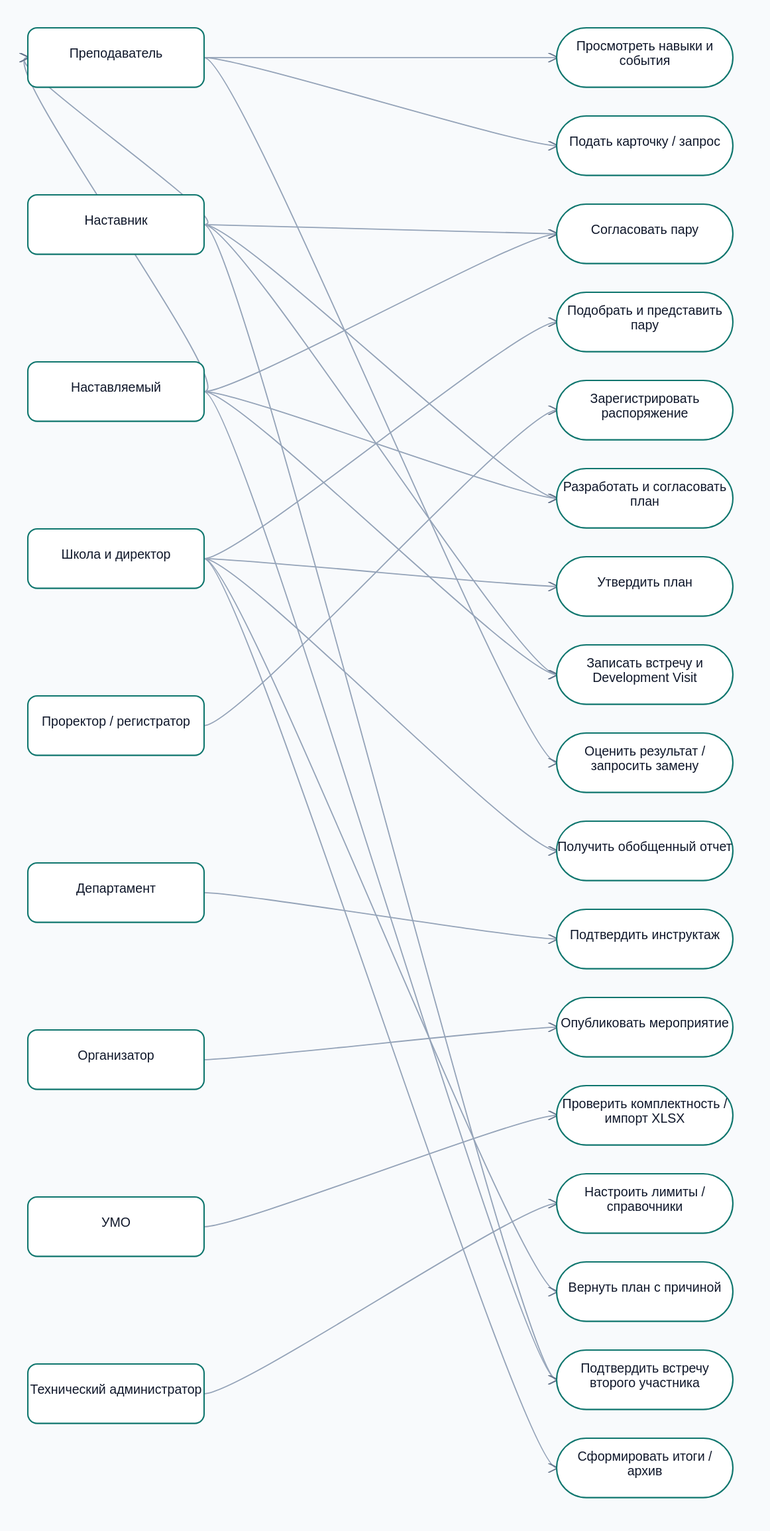
Earlier version of the PlantUML export docs/diagrams/exports/use-cases.svg (krna-tul/Diploma_Project_TulegenovaKM). Its source is kept beside it as docs/diagrams/source/use-cases.puml.
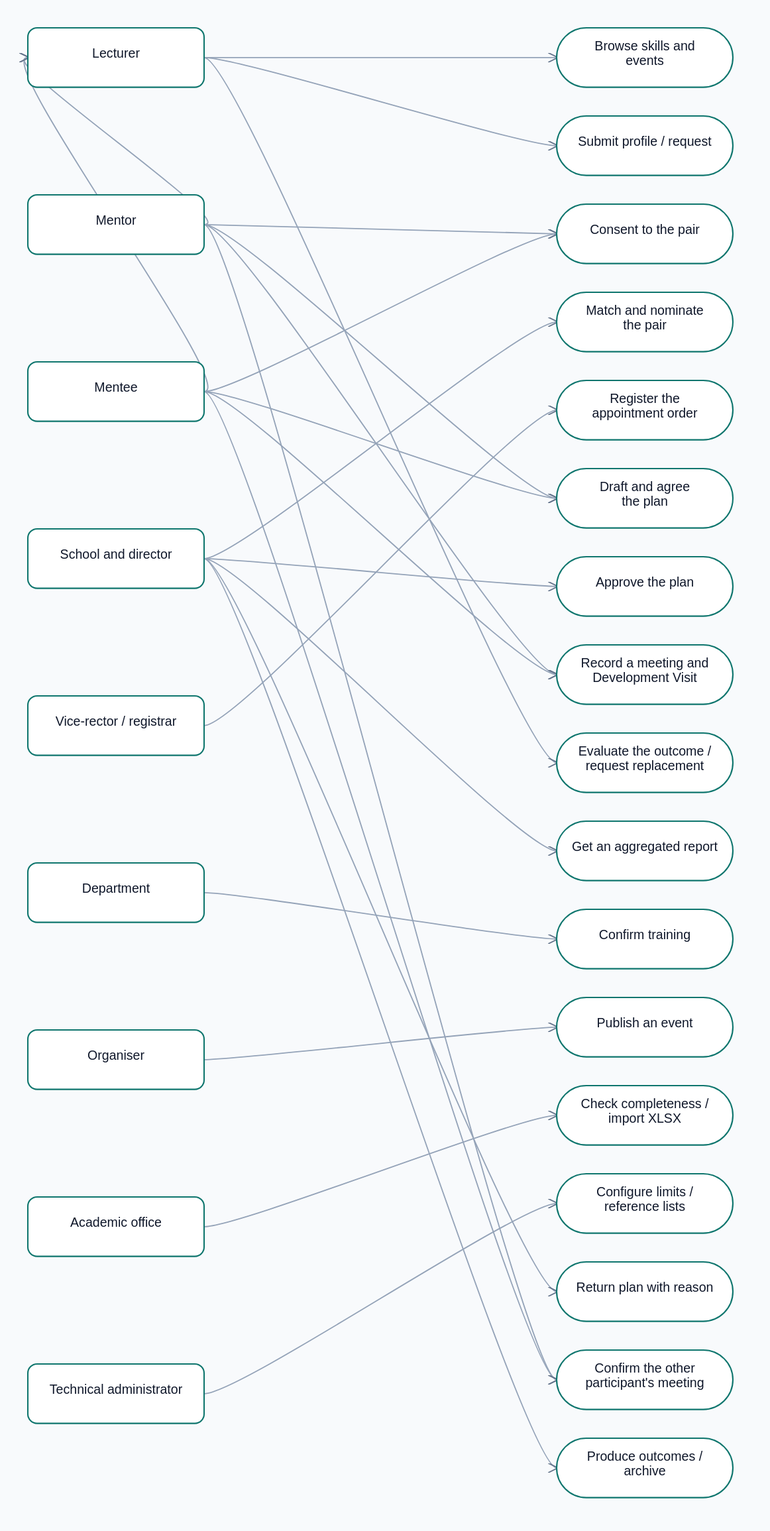
The same diagram one commit later.

The edit, as a diff of the source:
```diff
@@ -1,32 +1,32 @@
 @startuml
 left to right direction
-actor "Преподаватель" as Teacher
-actor "Наставник" as Mentor
-actor "Наставляемый" as Mentee
-actor "Школа и директор" as School
-actor "Проректор / регистратор" as Rector
-actor "Департамент" as Department
-actor "Организатор" as Organizer
+actor "Lecturer" as Teacher
+actor "Mentor" as Mentor
+actor "Mentee" as Mentee
+actor "School and director" as School
+actor "Vice-rector / registrar" as Rector
+actor "Department" as Department
+actor "Organiser" as Organizer
 Mentor --|> Teacher
 Mentee --|> Teacher
-rectangle "Платформа AITU" {
- usecase "Просмотреть навыки и события" as Catalog
- usecase "Подать карточку / запрос" as Apply
- usecase "Согласовать пару" as Consent
- usecase "Подобрать и представить пару" as Match
- usecase "Зарегистрировать распоряжение" as Appoint
- usecase "Разработать и согласовать план" as Plan
- usecase "Утвердить план" as Approve
- usecase "Записать встречу и Development Visit" as Visit
- usecase "Оценить результат / запросить замену" as Evaluate
- usecase "Получить обобщенный отчет" as Report
- usecase "Подтвердить инструктаж" as Training
- usecase "Опубликовать мероприятие" as Event
-usecase "Проверить комплектность / импорт XLSX" as Import
-usecase "Настроить лимиты / справочники" as Configure
-usecase "Вернуть план с причиной" as ReturnPlan
-usecase "Подтвердить встречу второго участника" as Confirm
-usecase "Сформировать итоги / архив" as Archive
+rectangle "AITU platform" {
+ usecase "Browse skills and events" as Catalog
+ usecase "Submit profile / request" as Apply
+ usecase "Consent to the pair" as Consent
+ usecase "Match and nominate the pair" as Match
+ usecase "Register the appointment order" as Appoint
+ usecase "Draft and agree the plan" as Plan
+ usecase "Approve the plan" as Approve
+ usecase "Record a meeting and Development Visit" as Visit
+ usecase "Evaluate the outcome / request replacement" as Evaluate
+ usecase "Get an aggregated report" as Report
+ usecase "Confirm training" as Training
+ usecase "Publish an event" as Event
+usecase "Check completeness / import XLSX" as Import
+usecase "Configure limits / reference lists" as Configure
+usecase "Return plan with reason" as ReturnPlan
+usecase "Confirm the other participant's meeting" as Confirm
+usecase "Produce outcomes / archive" as Archive
 }
 Teacher --> Catalog
 Teacher --> Apply
@@ -43,8 +43,8 @@
 School --> Report
 Department --> Training
 Organizer --> Event
-actor "УМО" as UMO
-actor "Технический администратор" as Admin
+actor "Academic office" as UMO
+actor "Technical administrator" as Admin
 UMO --> Import
 Admin --> Configure
 School --> ReturnPlan
```
